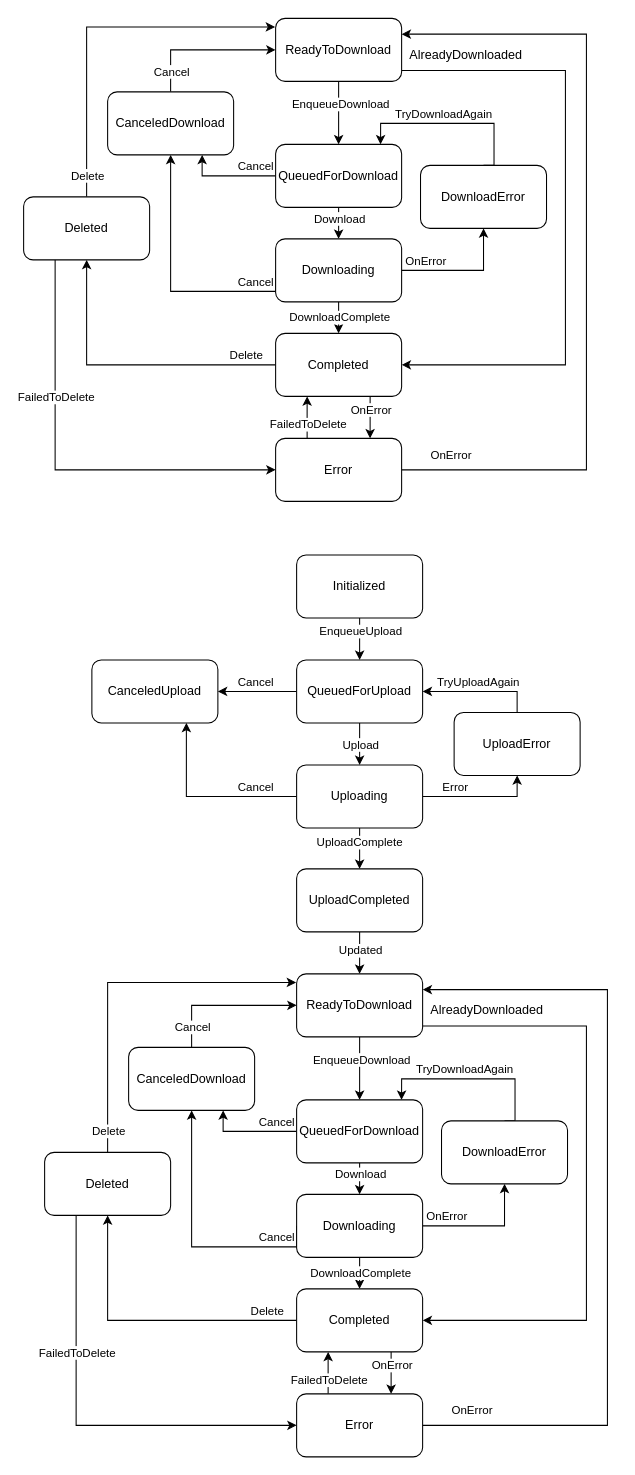
loginovao/Diagrams keeps this draw.io diagram as FileTransferStates.drawio. Above is the earlier version. Source tidied: cells renumbered, new cells numbered last; positions are measured from the earlier drawing's top-left corner, leaving out a move shared by most shapes. Both pictures are drawn from the tidied source at 105%, with x=0, y=0 at pixel (23, 18).
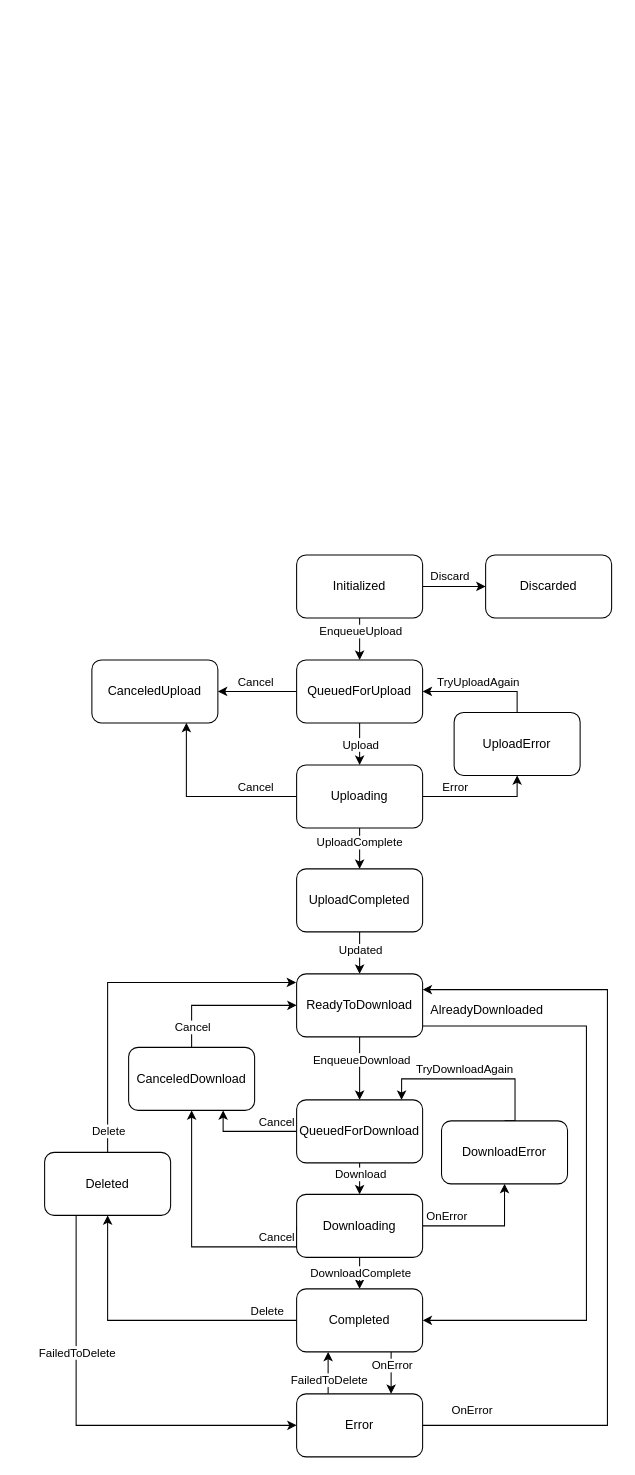
The same page after the edit.

Unchanged cells that the change refers to:
```xml
<mxCell id="56" value="Initialized" style="rounded=1;whiteSpace=wrap;html=1;" parent="41" vertex="1">
  <mxGeometry x="260" y="511" width="120" height="60" as="geometry" />
</mxCell>
```

Diff of the diagram source:
```diff
@@
-    <mxCell id="2" parent="0" />
-    <mxCell id="3" style="edgeStyle=orthogonalEdgeStyle;rounded=0;jettySize=auto;html=1;" parent="2" edge="1" source="6" target="11">
-      <mxGeometry relative="1" as="geometry" />
-    </mxCell>
-    <mxCell id="4" value="EnqueueDownload" style="edgeLabel;html=1;align=center;verticalAlign=middle;" parent="3" vertex="1">
-      <mxGeometry x="-0.29" y="1" relative="1" as="geometry" />
-    </mxCell>
-    <mxCell id="5" style="edgeStyle=orthogonalEdgeStyle;rounded=0;jettySize=auto;html=1;exitX=1.001;exitY=0.827;exitDx=0;exitDy=0;entryX=1;entryY=0.5;entryDx=0;entryDy=0;exitPerimeter=0;" parent="2" edge="1" source="6" target="27">
-      <mxGeometry relative="1" as="geometry">
-        <Array as="points">
-          <mxPoint x="516" y="50" />
-          <mxPoint x="516" y="330" />
-        </Array>
-      </mxGeometry>
-    </mxCell>
-    <mxCell id="6" value="ReadyToDownload" style="rounded=1;whiteSpace=wrap;html=1;" parent="2" vertex="1">
-      <mxGeometry x="240" width="120" height="60" as="geometry" />
-    </mxCell>
-    <mxCell id="7" style="edgeStyle=orthogonalEdgeStyle;rounded=0;jettySize=auto;html=1;" parent="2" edge="1" source="11" target="18">
-      <mxGeometry relative="1" as="geometry" />
-    </mxCell>
-    <mxCell id="8" value="Download" style="edgeLabel;html=1;align=center;verticalAlign=middle;" parent="7" vertex="1">
-      <mxGeometry x="0.27" y="1" relative="1" as="geometry">
-        <mxPoint x="-1" y="-2" as="offset" />
-      </mxGeometry>
-    </mxCell>
-    <mxCell id="9" style="edgeStyle=orthogonalEdgeStyle;rounded=0;jettySize=auto;html=1;exitX=0;exitY=0.5;exitDx=0;exitDy=0;entryX=0.75;entryY=1;entryDx=0;entryDy=0;" parent="2" edge="1" source="11" target="40">
-      <mxGeometry relative="1" as="geometry" />
-    </mxCell>
-    <mxCell id="10" value="Cancel" style="edgeLabel;html=1;align=center;verticalAlign=middle;" parent="9" vertex="1">
-      <mxGeometry x="0.25" y="-1" relative="1" as="geometry">
-        <mxPoint x="36" y="-9" as="offset" />
-      </mxGeometry>
-    </mxCell>
-    <mxCell id="11" value="QueuedForDownload" style="rounded=1;whiteSpace=wrap;html=1;" parent="2" vertex="1">
-      <mxGeometry x="240" y="120" width="120" height="60" as="geometry" />
-    </mxCell>
-    <mxCell id="12" style="edgeStyle=orthogonalEdgeStyle;rounded=0;jettySize=auto;html=1;" parent="2" edge="1" source="18" target="27">
-      <mxGeometry relative="1" as="geometry" />
-    </mxCell>
-    <mxCell id="13" value="DownloadComplete" style="edgeLabel;html=1;align=center;verticalAlign=middle;" parent="12" vertex="1">
-      <mxGeometry x="0.23" y="1" relative="1" as="geometry">
-        <mxPoint x="-1" y="3" as="offset" />
-      </mxGeometry>
-    </mxCell>
-    <mxCell id="14" style="edgeStyle=orthogonalEdgeStyle;rounded=0;jettySize=auto;html=1;exitX=1;exitY=0.5;exitDx=0;exitDy=0;entryX=0.5;entryY=1;entryDx=0;entryDy=0;" parent="2" edge="1" source="18" target="30">
-      <mxGeometry relative="1" as="geometry" />
-    </mxCell>
-    <mxCell id="15" value="OnError" style="edgeLabel;html=1;align=center;verticalAlign=middle;" parent="14" vertex="1">
-      <mxGeometry x="-0.15" y="1" relative="1" as="geometry">
-        <mxPoint x="-28" y="-9" as="offset" />
-      </mxGeometry>
-    </mxCell>
-    <mxCell id="16" style="edgeStyle=orthogonalEdgeStyle;rounded=0;jettySize=auto;html=1;exitX=0;exitY=0.5;exitDx=0;exitDy=0;entryX=0.5;entryY=1;entryDx=0;entryDy=0;" parent="2" edge="1" source="18" target="40">
-      <mxGeometry relative="1" as="geometry">
-        <Array as="points">
-          <mxPoint x="240" y="260" />
-          <mxPoint x="140" y="260" />
-        </Array>
-      </mxGeometry>
-    </mxCell>
-    <mxCell id="17" value="Cancel" style="edgeLabel;html=1;align=center;verticalAlign=middle;" parent="16" vertex="1">
-      <mxGeometry x="-0.31" relative="1" as="geometry">
-        <mxPoint x="46" y="-10" as="offset" />
-      </mxGeometry>
-    </mxCell>
-    <mxCell id="18" value="Downloading" style="rounded=1;whiteSpace=wrap;html=1;" parent="2" vertex="1">
-      <mxGeometry x="240" y="210" width="120" height="60" as="geometry" />
-    </mxCell>
-    <mxCell id="19" style="edgeStyle=orthogonalEdgeStyle;rounded=0;jettySize=auto;html=1;exitX=0.5;exitY=0;exitDx=0;exitDy=0;entryX=-0.004;entryY=0.136;entryDx=0;entryDy=0;entryPerimeter=0;" parent="2" edge="1" source="37" target="6">
-      <mxGeometry relative="1" as="geometry">
-        <Array as="points">
-          <mxPoint x="60" y="8" />
-        </Array>
-      </mxGeometry>
-    </mxCell>
-    <mxCell id="20" value="Delete" style="edgeLabel;html=1;align=center;verticalAlign=middle;" parent="19" vertex="1">
-      <mxGeometry x="-0.15" y="2" relative="1" as="geometry">
-        <mxPoint x="2" y="124" as="offset" />
-      </mxGeometry>
-    </mxCell>
-    <mxCell id="21" style="edgeStyle=orthogonalEdgeStyle;rounded=0;jettySize=auto;html=1;exitX=1;exitY=0.5;exitDx=0;exitDy=0;entryX=1;entryY=0.25;entryDx=0;entryDy=0;startArrow=none;startFill=0;endArrow=classic;endFill=1;" parent="2" edge="1" source="34" target="6">
-      <mxGeometry relative="1" as="geometry">
-        <Array as="points">
-          <mxPoint x="536" y="430" />
-          <mxPoint x="536" y="15" />
-        </Array>
-      </mxGeometry>
-    </mxCell>
-    <mxCell id="22" value="OnError" style="edgeLabel;html=1;align=center;verticalAlign=middle;" parent="21" vertex="1">
-      <mxGeometry x="-0.9" y="1" relative="1" as="geometry">
-        <mxPoint x="8" y="-14" as="offset" />
-      </mxGeometry>
-    </mxCell>
-    <mxCell id="23" style="edgeStyle=orthogonalEdgeStyle;rounded=0;jettySize=auto;html=1;startArrow=none;startFill=0;endArrow=classic;endFill=1;exitX=0.75;exitY=1;exitDx=0;exitDy=0;entryX=0.75;entryY=0;entryDx=0;entryDy=0;" parent="2" edge="1" source="27" target="34">
-      <mxGeometry relative="1" as="geometry" />
-    </mxCell>
-    <mxCell id="24" value="OnError" style="edgeLabel;html=1;align=center;verticalAlign=middle;" parent="23" vertex="1">
-      <mxGeometry x="-0.42" y="-1" relative="1" as="geometry">
-        <mxPoint x="1" as="offset" />
-      </mxGeometry>
-    </mxCell>
-    <mxCell id="25" style="edgeStyle=orthogonalEdgeStyle;rounded=0;jettySize=auto;html=1;startArrow=none;startFill=0;endArrow=classic;endFill=1;" parent="2" edge="1" source="27" target="37">
-      <mxGeometry relative="1" as="geometry" />
-    </mxCell>
-    <mxCell id="26" value="Delete" style="edgeLabel;html=1;align=center;verticalAlign=middle;" parent="25" vertex="1">
-      <mxGeometry x="-0.28" relative="1" as="geometry">
-        <mxPoint x="72" y="-10" as="offset" />
-      </mxGeometry>
-    </mxCell>
-    <mxCell id="27" value="Completed" style="rounded=1;whiteSpace=wrap;html=1;" parent="2" vertex="1">
-      <mxGeometry x="240" y="300" width="120" height="60" as="geometry" />
-    </mxCell>
-    <mxCell id="28" style="edgeStyle=orthogonalEdgeStyle;rounded=0;jettySize=auto;html=1;entryX=0.833;entryY=0;entryDx=0;entryDy=0;entryPerimeter=0;exitX=0.5;exitY=0;exitDx=0;exitDy=0;" parent="2" edge="1" source="30" target="11">
-      <mxGeometry relative="1" as="geometry">
-        <Array as="points">
-          <mxPoint x="448" y="100" />
-          <mxPoint x="340" y="100" />
-        </Array>
-      </mxGeometry>
-    </mxCell>
-    <mxCell id="29" value="TryDownloadAgain" style="edgeLabel;html=1;align=center;verticalAlign=middle;" parent="28" vertex="1">
-      <mxGeometry x="0.36" y="1" relative="1" as="geometry">
-        <mxPoint x="22" y="-11" as="offset" />
-      </mxGeometry>
-    </mxCell>
-    <mxCell id="30" value="DownloadError" style="rounded=1;whiteSpace=wrap;html=1;" parent="2" vertex="1">
-      <mxGeometry x="378" y="140" width="120" height="60" as="geometry" />
-    </mxCell>
-    <mxCell id="31" value="AlreadyDownloaded" style="text;html=1;align=center;verticalAlign=middle;strokeColor=none;fillColor=none;" parent="2" vertex="1">
-      <mxGeometry x="356" y="20" width="130" height="30" as="geometry" />
-    </mxCell>
-    <mxCell id="32" style="edgeStyle=orthogonalEdgeStyle;rounded=0;jettySize=auto;html=1;exitX=0.25;exitY=0;exitDx=0;exitDy=0;entryX=0.25;entryY=1;entryDx=0;entryDy=0;startArrow=none;startFill=0;endArrow=classic;endFill=1;" parent="2" edge="1" source="34" target="27">
-      <mxGeometry relative="1" as="geometry">
-        <Array as="points">
-          <mxPoint x="270" y="380" />
-          <mxPoint x="270" y="380" />
-        </Array>
-      </mxGeometry>
-    </mxCell>
-    <mxCell id="33" value="FailedToDelete" style="edgeLabel;html=1;align=center;verticalAlign=middle;" parent="32" vertex="1">
-      <mxGeometry x="-0.31" relative="1" as="geometry" />
-    </mxCell>
-    <mxCell id="34" value="Error" style="rounded=1;whiteSpace=wrap;html=1;" parent="2" vertex="1">
-      <mxGeometry x="240" y="400" width="120" height="60" as="geometry" />
-    </mxCell>
-    <mxCell id="35" style="edgeStyle=orthogonalEdgeStyle;rounded=0;jettySize=auto;html=1;exitX=0.25;exitY=1;exitDx=0;exitDy=0;entryX=0;entryY=0.5;entryDx=0;entryDy=0;startArrow=none;startFill=0;endArrow=classic;endFill=1;" parent="2" edge="1" source="37" target="34">
-      <mxGeometry relative="1" as="geometry" />
-    </mxCell>
-    <mxCell id="36" value="FailedToDelete" style="edgeLabel;html=1;align=center;verticalAlign=middle;" parent="35" vertex="1">
-      <mxGeometry x="-0.79" y="-1" relative="1" as="geometry">
-        <mxPoint x="1" y="87" as="offset" />
-      </mxGeometry>
-    </mxCell>
-    <mxCell id="37" value="Deleted" style="rounded=1;whiteSpace=wrap;html=1;" parent="2" vertex="1">
-      <mxGeometry y="170" width="120" height="60" as="geometry" />
-    </mxCell>
-    <mxCell id="38" style="edgeStyle=orthogonalEdgeStyle;rounded=0;jettySize=auto;html=1;exitX=0.5;exitY=0;exitDx=0;exitDy=0;entryX=0;entryY=0.5;entryDx=0;entryDy=0;startArrow=none;startFill=0;endArrow=classic;endFill=1;" parent="2" edge="1" source="40" target="6">
-      <mxGeometry relative="1" as="geometry" />
-    </mxCell>
-    <mxCell id="39" value="Cancel" style="edgeLabel;html=1;align=center;verticalAlign=middle;" parent="38" vertex="1">
-      <mxGeometry x="-0.18" y="1" relative="1" as="geometry">
-        <mxPoint x="-17" y="21" as="offset" />
-      </mxGeometry>
-    </mxCell>
-    <mxCell id="40" value="CanceledDownload" style="rounded=1;whiteSpace=wrap;html=1;" parent="2" vertex="1">
-      <mxGeometry x="80" y="70" width="120" height="60" as="geometry" />
-    </mxCell>
+    <mxCell id="101" value="Discarded" style="whiteSpace=wrap;html=1;rounded=1;" parent="1" vertex="1">
+      <mxGeometry x="440" y="511" width="120" height="60" as="geometry" />
+    </mxCell>
@@
+    <mxCell id="102" style="edgeStyle=orthogonalEdgeStyle;rounded=0;jettySize=auto;html=1;" parent="41" edge="1" source="56" target="101">
+      <mxGeometry relative="1" as="geometry" />
+    </mxCell>
+    <mxCell id="103" value="Discard" style="edgeLabel;html=1;align=center;verticalAlign=middle;" parent="102" vertex="1">
+      <mxGeometry x="-0.27" y="1" relative="1" as="geometry">
+        <mxPoint x="3" y="-10" as="offset" />
+      </mxGeometry>
+    </mxCell>
```
